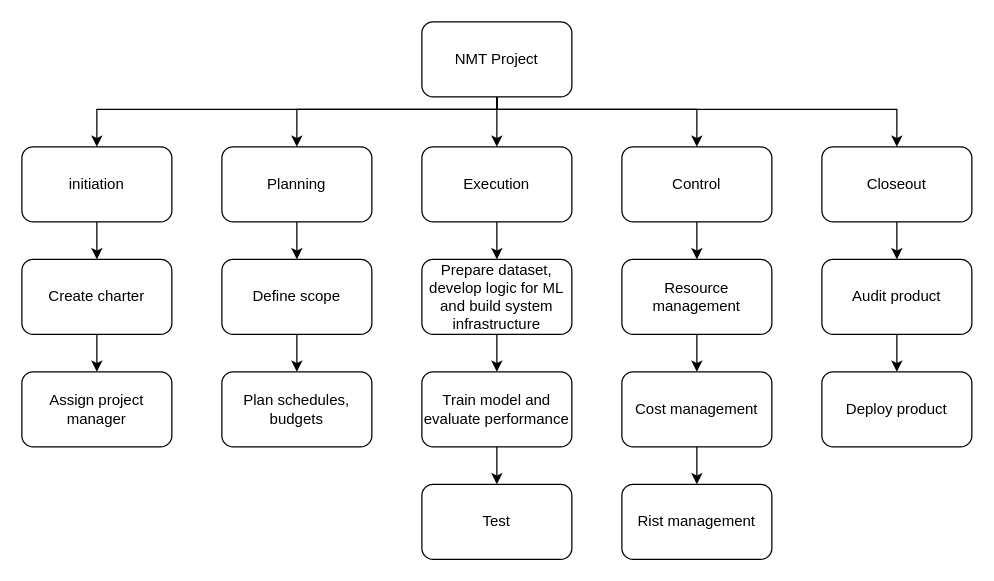
Earlier version of the draw.io diagram wbs.drawio (iirtrtrt/data). Source tidied: cells renumbered, new cells numbered last; positions are measured from the earlier drawing's top-left corner, leaving out a move shared by most shapes. Both pictures are drawn from the tidied source at 125%, with x=0, y=0 at pixel (21, 21).
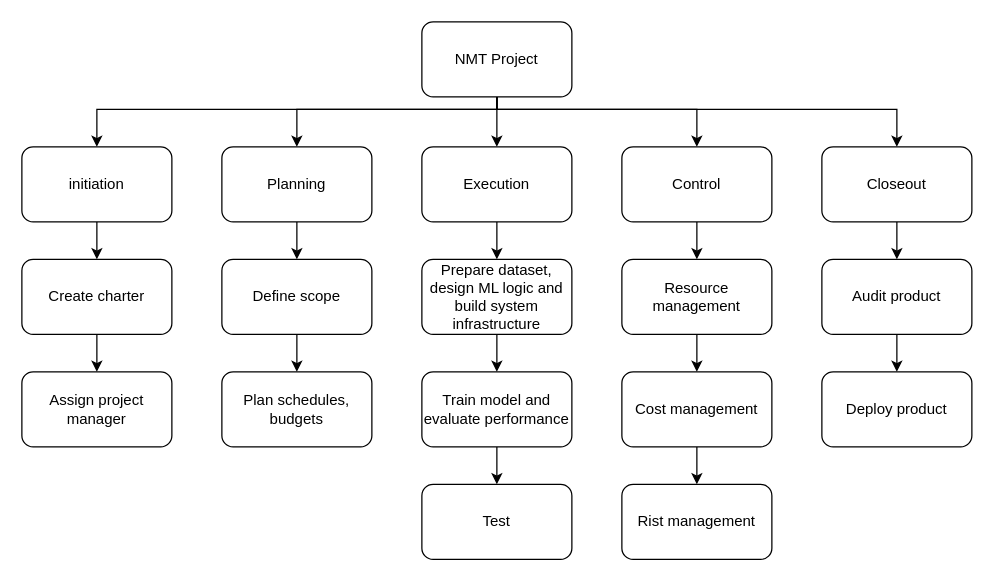
Above is the later version.

What changed in the source:
```diff
@@
-    <mxCell id="25" value="Prepare dataset, develop logic for ML and build system infrastructure" style="rounded=1;whiteSpace=wrap;html=1;" parent="1" vertex="1">
+    <mxCell id="25" value="Prepare dataset, design ML logic and build system infrastructure" style="rounded=1;whiteSpace=wrap;html=1;" parent="1" vertex="1">
       <mxGeometry x="320" y="190" width="120" height="60" as="geometry" />
     </mxCell>
```
